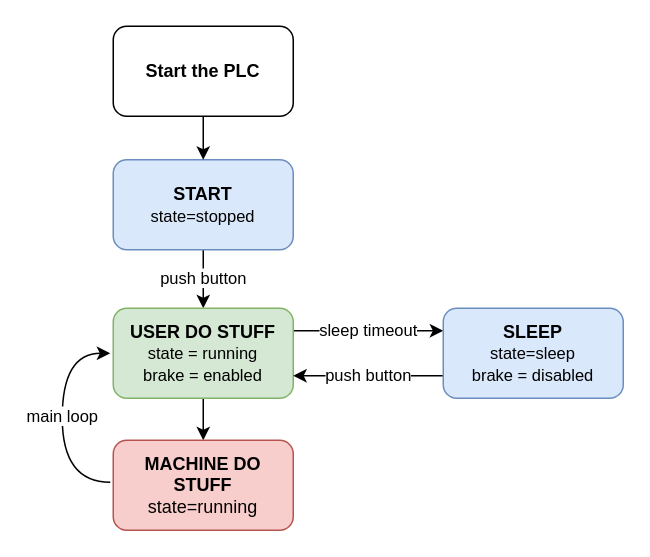
Before: pics/states.drawio in chischte/rig-pty-semi-automatic, a draw.io diagram. Source tidied: cells renumbered, new cells numbered last; positions are measured from the earlier drawing's top-left corner, leaving out a move shared by most shapes. Both pictures are drawn from the tidied source at 150%, with x=0, y=0 at pixel (62, 26).
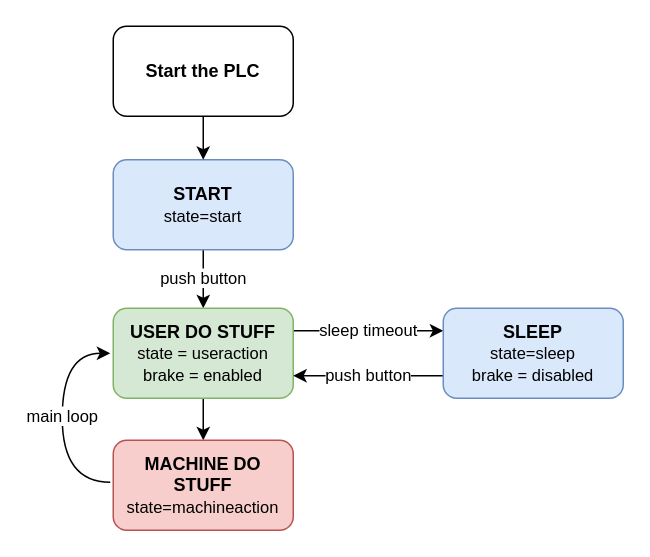
After the change.

Commit message (it also covers changes not shown here):
Remove sleep function from state controller

What changed in the source:
```diff
@@
 <mxGraphModel>
   <root>
     <mxCell id="0" />
     <mxCell id="1" parent="0" />
     <mxCell id="2" value="push button" style="edgeStyle=orthogonalEdgeStyle;curved=1;jettySize=auto;html=1;" parent="1" edge="1" source="3" target="8">
       <mxGeometry x="0.02" relative="1" as="geometry" />
     </mxCell>
-    <mxCell id="3" value="&lt;b&gt;START&lt;/b&gt;&lt;br&gt;&lt;font style=&quot;font-size: 11px&quot;&gt;state=stopped&lt;/font&gt;" style="rounded=1;whiteSpace=wrap;html=1;fillColor=#dae8fc;strokeColor=#6c8ebf;" parent="1" vertex="1">
+    <mxCell id="3" value="&lt;b&gt;START&lt;/b&gt;&lt;br&gt;&lt;font style=&quot;font-size: 11px&quot;&gt;state=start&lt;/font&gt;" style="rounded=1;whiteSpace=wrap;html=1;fillColor=#dae8fc;strokeColor=#6c8ebf;" parent="1" vertex="1">
       <mxGeometry x="34" y="89" width="120" height="60" as="geometry" />
     </mxCell>
     <mxCell id="4" style="edgeStyle=orthogonalEdgeStyle;curved=1;jettySize=auto;html=1;exitX=0.5;exitY=1;exitDx=0;exitDy=0;entryX=0.5;entryY=0;entryDx=0;entryDy=0;" parent="1" edge="1" source="5" target="3">
       <mxGeometry relative="1" as="geometry" />
     </mxCell>
     <mxCell id="5" value="&lt;b&gt;Start the PLC&lt;/b&gt;" style="rounded=1;whiteSpace=wrap;html=1;" parent="1" vertex="1">
       <mxGeometry x="34" width="120" height="60" as="geometry" />
     </mxCell>
     <mxCell id="6" value="sleep timeout" style="edgeStyle=orthogonalEdgeStyle;jettySize=auto;html=1;exitX=1;exitY=0.25;exitDx=0;exitDy=0;entryX=0;entryY=0.25;entryDx=0;entryDy=0;curved=1;" parent="1" edge="1" source="8" target="12">
       <mxGeometry relative="1" as="geometry" />
     </mxCell>
     <mxCell id="7" style="edgeStyle=orthogonalEdgeStyle;curved=1;jettySize=auto;html=1;" parent="1" edge="1" source="8" target="10">
       <mxGeometry relative="1" as="geometry" />
     </mxCell>
-    <mxCell id="8" value="&lt;b&gt;USER DO STUFF&lt;/b&gt;&lt;br&gt;&lt;font style=&quot;font-size: 11px&quot;&gt;state = running&lt;br&gt;brake = enabled&lt;/font&gt;" style="rounded=1;whiteSpace=wrap;html=1;fillColor=#d5e8d4;strokeColor=#82b366;" parent="1" vertex="1">
+    <mxCell id="8" value="&lt;b&gt;USER DO STUFF&lt;/b&gt;&lt;br&gt;&lt;font style=&quot;font-size: 11px&quot;&gt;state = useraction&lt;br&gt;brake = enabled&lt;/font&gt;" style="rounded=1;whiteSpace=wrap;html=1;fillColor=#d5e8d4;strokeColor=#82b366;" parent="1" vertex="1">
       <mxGeometry x="34" y="188" width="120" height="60" as="geometry" />
     </mxCell>
     <mxCell id="9" value="&lt;font style=&quot;font-size: 11px&quot;&gt;main loop&lt;/font&gt;" style="edgeStyle=orthogonalEdgeStyle;curved=1;orthogonalLoop=1;jettySize=auto;html=1;exitX=0;exitY=0.5;exitDx=0;exitDy=0;entryX=0;entryY=0.5;entryDx=0;entryDy=0;fontSize=10;" parent="1" edge="1">
       <mxGeometry x="0.01" relative="1" as="geometry">
         <mxPoint x="32" y="304" as="sourcePoint" />
         <mxPoint x="32" y="218" as="targetPoint" />
         <Array as="points">
           <mxPoint y="304" />
           <mxPoint y="218" />
         </Array>
       </mxGeometry>
     </mxCell>
-    <mxCell id="10" value="&lt;b&gt;MACHINE DO STUFF&lt;/b&gt;&lt;br&gt;state=running" style="rounded=1;whiteSpace=wrap;html=1;fillColor=#f8cecc;strokeColor=#b85450;" parent="1" vertex="1">
+    <mxCell id="10" value="&lt;b&gt;MACHINE DO STUFF&lt;/b&gt;&lt;br&gt;&lt;font style=&quot;font-size: 11px&quot;&gt;state=machineaction&lt;/font&gt;" style="rounded=1;whiteSpace=wrap;html=1;fillColor=#f8cecc;strokeColor=#b85450;" parent="1" vertex="1">
       <mxGeometry x="34" y="276" width="120" height="60" as="geometry" />
     </mxCell>
     <mxCell id="11" value="push button" style="edgeStyle=orthogonalEdgeStyle;curved=1;jettySize=auto;html=1;exitX=0;exitY=0.75;exitDx=0;exitDy=0;entryX=1;entryY=0.75;entryDx=0;entryDy=0;" parent="1" edge="1" source="12" target="8">
       <mxGeometry relative="1" as="geometry" />
     </mxCell>
     <mxCell id="12" value="&lt;b&gt;SLEEP&lt;/b&gt;&lt;br&gt;&lt;font style=&quot;font-size: 11px&quot;&gt;state=sleep&lt;br&gt;brake = disabled&lt;/font&gt;" style="rounded=1;whiteSpace=wrap;html=1;fillColor=#dae8fc;strokeColor=#6c8ebf;" parent="1" vertex="1">
       <mxGeometry x="254" y="188" width="120" height="60" as="geometry" />
     </mxCell>
   </root>
 </mxGraphModel>
```
